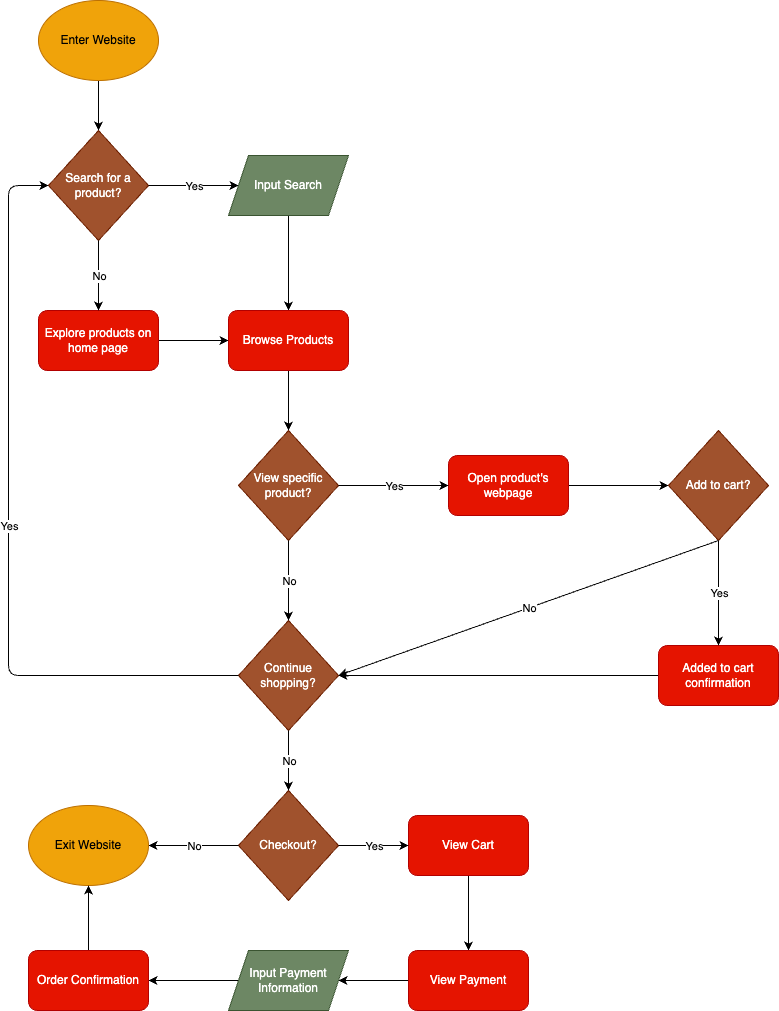
This is explore/diagramming/diagram.drawio.png from kabirsachdev7/sp24-cse110-lab4, a draw.io export, as it was before one commit. Source tidied: cells renumbered, new cells last; positions are measured from the earlier drawing's top-left corner, leaving out a move shared by most shapes.
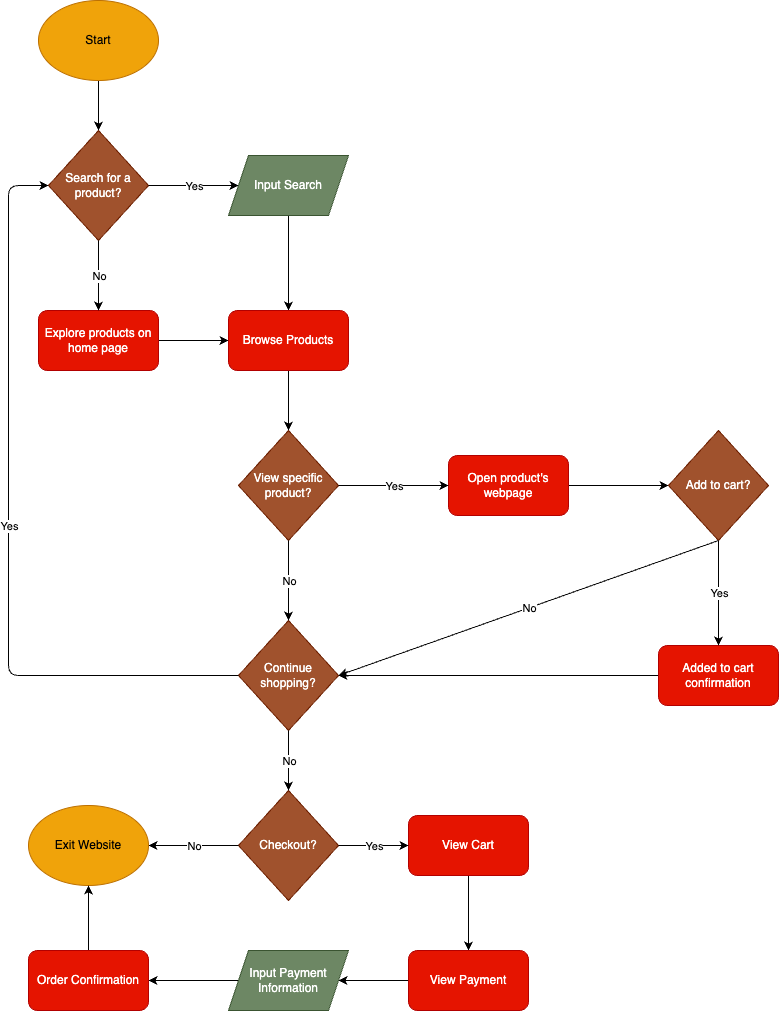
After the commit.

Diff of the diagram source:
```diff
@@ -5,7 +5,7 @@
     <mxCell id="2" style="edgeStyle=none;html=1;exitX=0.5;exitY=1;exitDx=0;exitDy=0;entryX=0.5;entryY=0;entryDx=0;entryDy=0;" parent="1" edge="1" source="3" target="4">
       <mxGeometry relative="1" as="geometry" />
     </mxCell>
-    <mxCell id="3" value="Enter Website" style="ellipse;whiteSpace=wrap;html=1;fillColor=#f0a30a;strokeColor=#BD7000;fontColor=#000000;" parent="1" vertex="1">
+    <mxCell id="3" value="Start" style="ellipse;whiteSpace=wrap;html=1;fillColor=#f0a30a;strokeColor=#BD7000;fontColor=#000000;" parent="1" vertex="1">
       <mxGeometry x="30" width="120" height="80" as="geometry" />
     </mxCell>
     <mxCell id="4" value="Search for a product?" style="rhombus;whiteSpace=wrap;html=1;fillColor=#a0522d;fontColor=#ffffff;strokeColor=#6D1F00;" parent="1" vertex="1">
```
